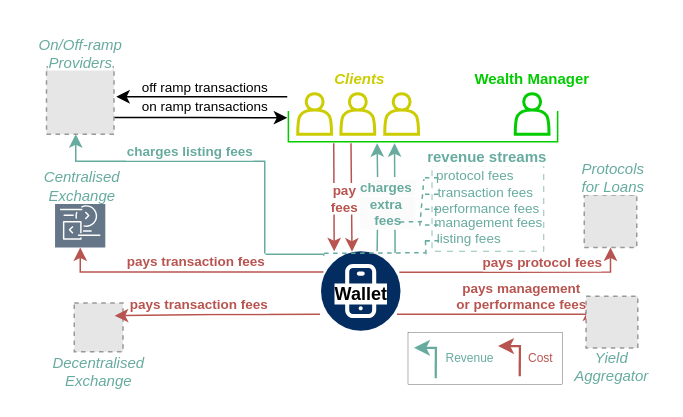
Before: page "revenue" (3 of 13) of drawio-diagrams/wallet_architecture.drawio in dlt-science/crypto-mpc-wallet-bloom, a draw.io diagram. Source tidied: cells renumbered, new cells numbered last; positions are measured from the earlier drawing's top-left corner, leaving out a move shared by most shapes. Both pictures are drawn from the tidied source at 150%, with x=0, y=0 at pixel (26, -9). Pictures stored in the file or linked from it are replaced by grey dashed boxes.
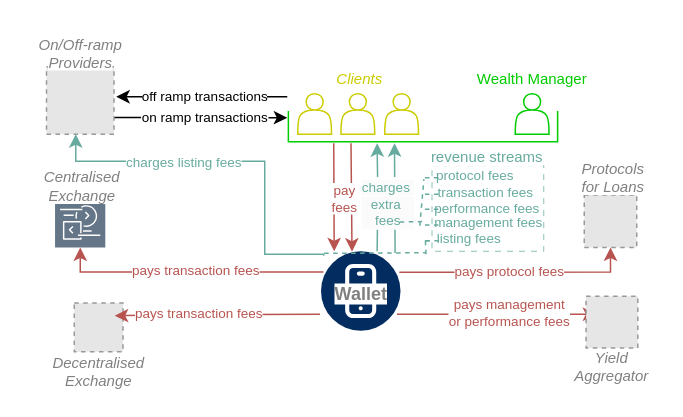
The same diagram, later.

The change refers to these unchanged cells:
```xml
<mxCell id="3" style="edgeStyle=orthogonalEdgeStyle;rounded=0;jettySize=auto;html=1;exitX=1;exitY=0.75;exitDx=0;exitDy=0;" parent="1" edge="1" source="7">
  <mxGeometry relative="1" as="geometry">
    <mxPoint x="174" y="84" as="targetPoint" />
  </mxGeometry>
</mxCell>
<mxCell id="5" style="edgeStyle=orthogonalEdgeStyle;rounded=0;jettySize=auto;html=1;strokeColor=#67AB9F;startArrow=classic;startFill=1;endArrow=none;endFill=0;entryX=0.034;entryY=0.058;entryDx=0;entryDy=0;entryPerimeter=0;" parent="1" edge="1" source="7" target="28">
  <mxGeometry relative="1" as="geometry">
    <Array as="points">
      <mxPoint x="33" y="113" />
      <mxPoint x="159" y="113" />
      <mxPoint x="159" y="175" />
      <mxPoint x="198" y="175" />
    </Array>
  </mxGeometry>
</mxCell>
<mxCell id="9" style="edgeStyle=orthogonalEdgeStyle;rounded=0;orthogonalLoop=1;jettySize=auto;html=1;startArrow=none;startFill=0;endArrow=classic;endFill=1;strokeColor=#B85450;entryX=0.109;entryY=0;entryDx=0;entryDy=0;entryPerimeter=0;" parent="1" edge="1">
  <mxGeometry relative="1" as="geometry">
    <mxPoint x="205" y="101" as="sourcePoint" />
    <mxPoint x="205.3" y="173" as="targetPoint" />
    <Array as="points">
      <mxPoint x="205" y="101" />
    </Array>
  </mxGeometry>
</mxCell>
<mxCell id="11" style="edgeStyle=orthogonalEdgeStyle;rounded=0;jettySize=auto;html=1;startArrow=classic;startFill=1;endArrow=none;endFill=0;strokeColor=#B85450;entryX=0.956;entryY=1.022;entryDx=0;entryDy=0;entryPerimeter=0;" parent="1" edge="1" target="34">
  <mxGeometry relative="1" as="geometry">
    <mxPoint x="380" y="215" as="sourcePoint" />
    <Array as="points">
      <mxPoint x="380" y="215" />
    </Array>
  </mxGeometry>
</mxCell>
<mxCell id="16" style="edgeStyle=orthogonalEdgeStyle;rounded=0;orthogonalLoop=1;jettySize=auto;html=1;" parent="1" edge="1">
  <mxGeometry relative="1" as="geometry">
    <mxPoint x="174" y="70" as="sourcePoint" />
    <mxPoint x="60" y="70" as="targetPoint" />
  </mxGeometry>
</mxCell>
<mxCell id="19" style="edgeStyle=orthogonalEdgeStyle;rounded=0;jettySize=auto;html=1;fillColor=#f8cecc;strokeColor=#b85450;exitX=-0.013;exitY=0.794;exitDx=0;exitDy=0;exitPerimeter=0;" parent="1" edge="1" source="28">
  <mxGeometry relative="1" as="geometry">
    <mxPoint x="59" y="216" as="targetPoint" />
    <Array as="points">
      <mxPoint x="124" y="216" />
      <mxPoint x="124" y="216" />
    </Array>
  </mxGeometry>
</mxCell>
<mxCell id="21" style="edgeStyle=orthogonalEdgeStyle;rounded=0;jettySize=auto;html=1;startArrow=classic;startFill=1;endArrow=none;endFill=0;strokeColor=#B85450;entryX=0.03;entryY=0.262;entryDx=0;entryDy=0;entryPerimeter=0;" parent="1" edge="1" source="8" target="28">
  <mxGeometry relative="1" as="geometry">
    <Array as="points">
      <mxPoint x="35" y="187" />
      <mxPoint x="198" y="187" />
    </Array>
  </mxGeometry>
</mxCell>
<mxCell id="35" style="edgeStyle=orthogonalEdgeStyle;rounded=0;jettySize=auto;html=1;startArrow=classic;startFill=1;endArrow=none;endFill=0;strokeColor=#67AB9F;entryX=0.706;entryY=0;entryDx=0;entryDy=0;entryPerimeter=0;" parent="1" edge="1" target="28">
  <mxGeometry relative="1" as="geometry">
    <mxPoint x="233.9" y="101" as="sourcePoint" />
  </mxGeometry>
</mxCell>
```

Change to the diagram source:
```diff
@@
     <mxCell id="4" value="on ramp transactions" style="edgeLabel;html=1;align=center;verticalAlign=middle;fontSize=9;" parent="3" vertex="1">
       <mxGeometry x="0.18" relative="1" as="geometry">
-        <mxPoint x="-8" y="-8" as="offset" />
+        <mxPoint x="-8" y="-1" as="offset" />
       </mxGeometry>
     </mxCell>
@@
-    <mxCell id="6" value="&lt;font color=&quot;#67ab9f&quot;&gt;&lt;font style=&quot;font-size: 9px;&quot;&gt;&lt;b style=&quot;font-size: 9px;&quot;&gt;charges&amp;nbsp;&lt;/b&gt;&lt;/font&gt;&lt;b style=&quot;&quot;&gt;listing fees&lt;/b&gt;&lt;/font&gt;" style="edgeLabel;html=1;align=center;verticalAlign=middle;fontSize=9;" parent="5" vertex="1">
+    <mxCell id="6" value="&lt;font color=&quot;#67ab9f&quot;&gt;&lt;font style=&quot;font-size: 9px;&quot;&gt;&lt;span style=&quot;font-size: 9px;&quot;&gt;charges&amp;nbsp;&lt;/span&gt;&lt;/font&gt;listing fees&lt;/font&gt;" style="edgeLabel;html=1;align=center;verticalAlign=middle;fontSize=9;" parent="5" vertex="1">
       <mxGeometry x="0.15" y="1" relative="1" as="geometry">
-        <mxPoint x="-49" y="-6" as="offset" />
+        <mxPoint x="-53" y="1" as="offset" />
       </mxGeometry>
     </mxCell>
@@
-    <mxCell id="10" value="&lt;div style=&quot;font-size: 9px;&quot;&gt;&lt;font color=&quot;#b85450&quot;&gt;&lt;b&gt;pay&lt;/b&gt;&lt;/font&gt;&lt;div&gt;&lt;b style=&quot;color: rgb(184, 84, 80);&quot;&gt;fees&lt;/b&gt;&lt;/div&gt;&lt;/div&gt;" style="edgeLabel;html=1;align=center;verticalAlign=middle;" parent="9" vertex="1">
+    <mxCell id="10" value="&lt;div style=&quot;font-size: 9px;&quot;&gt;&lt;font color=&quot;#b85450&quot;&gt;pay&lt;/font&gt;&lt;div&gt;&lt;span style=&quot;color: rgb(184, 84, 80);&quot;&gt;fees&lt;/span&gt;&lt;/div&gt;&lt;/div&gt;" style="edgeLabel;html=1;align=center;verticalAlign=middle;" parent="9" vertex="1">
       <mxGeometry y="-1" relative="1" as="geometry">
         <mxPoint x="7" as="offset" />
       </mxGeometry>
     </mxCell>
@@
-    <mxCell id="12" value="&lt;font color=&quot;#b85450&quot; style=&quot;font-size: 9px;&quot;&gt;&lt;b style=&quot;font-size: 9px;&quot;&gt;pays&lt;/b&gt;&lt;/font&gt;&lt;b style=&quot;color: rgb(184, 84, 80); font-size: 9px;&quot;&gt;&amp;nbsp;&lt;/b&gt;&lt;b style=&quot;color: rgb(184, 84, 80);&quot;&gt;management&lt;/b&gt;&lt;div&gt;&lt;b style=&quot;color: rgb(184, 84, 80);&quot;&gt;or performance&lt;/b&gt;&lt;b style=&quot;color: rgb(184, 84, 80);&quot;&gt;&amp;nbsp;fees&lt;/b&gt;&lt;/div&gt;" style="edgeLabel;html=1;align=center;verticalAlign=middle;fontSize=9;" parent="11" vertex="1">
+    <mxCell id="12" value="&lt;font color=&quot;#b85450&quot; style=&quot;font-size: 9px;&quot;&gt;&lt;span style=&quot;font-size: 9px;&quot;&gt;pays&lt;/span&gt;&lt;/font&gt;&lt;span style=&quot;color: rgb(184, 84, 80); font-size: 9px;&quot;&gt;&amp;nbsp;&lt;/span&gt;&lt;span style=&quot;color: rgb(184, 84, 80);&quot;&gt;management&lt;/span&gt;&lt;div&gt;&lt;span style=&quot;color: rgb(184, 84, 80);&quot;&gt;or performance&lt;/span&gt;&lt;span style=&quot;color: rgb(184, 84, 80);&quot;&gt;&amp;nbsp;fees&lt;/span&gt;&lt;/div&gt;" style="edgeLabel;html=1;align=center;verticalAlign=middle;fontSize=9;" parent="11" vertex="1">
       <mxGeometry x="0.25" y="1" relative="1" as="geometry">
-        <mxPoint x="32" y="-14" as="offset" />
+        <mxPoint x="24" y="-3" as="offset" />
       </mxGeometry>
     </mxCell>
-    <mxCell id="13" value="&lt;font color=&quot;#67ab9f&quot;&gt;&lt;i&gt;Yield&lt;/i&gt;&lt;/font&gt;&lt;div style=&quot;font-size: 10px;&quot;&gt;&lt;font color=&quot;#67ab9f&quot;&gt;&lt;i&gt;Aggregator&lt;/i&gt;&lt;/font&gt;&lt;/div&gt;" style="fillColor=#E6E6E6;strokeColor=#999999;dashed=1;html=1;verticalAlign=top;verticalLabelPosition=bottom;labelBackgroundColor=#ffffff;spacingTop=-6;fontSize=10;" parent="1" vertex="1">
+    <mxCell id="13" value="&lt;i style=&quot;&quot;&gt;&lt;font color=&quot;#808080&quot;&gt;Yield&lt;/font&gt;&lt;/i&gt;&lt;div style=&quot;font-size: 10px;&quot;&gt;&lt;i style=&quot;&quot;&gt;&lt;font color=&quot;#808080&quot;&gt;Aggregator&lt;/font&gt;&lt;/i&gt;&lt;/div&gt;" style="fillColor=#E6E6E6;strokeColor=#999999;dashed=1;html=1;verticalAlign=top;verticalLabelPosition=bottom;labelBackgroundColor=#ffffff;spacingTop=-6;fontSize=10;" parent="1" vertex="1">
       <mxGeometry x="373.2" y="203" width="34.5" height="34.5" as="geometry" />
     </mxCell>
@@
     <mxCell id="17" value="off ramp transactions" style="edgeLabel;html=1;align=center;verticalAlign=middle;fontSize=9;" parent="16" vertex="1">
       <mxGeometry x="0.08" relative="1" as="geometry">
-        <mxPoint x="6" y="-7" as="offset" />
+        <mxPoint x="6" y="-1" as="offset" />
       </mxGeometry>
     </mxCell>
-    <mxCell id="18" value="&lt;font color=&quot;#67ab9f&quot;&gt;&lt;i&gt;Decentralised&lt;/i&gt;&lt;/font&gt;&lt;div style=&quot;font-size: 10px;&quot;&gt;&lt;font color=&quot;#67ab9f&quot;&gt;&lt;i&gt;Exchange&lt;/i&gt;&lt;/font&gt;&lt;/div&gt;" style="fillColor=#E6E6E6;strokeColor=#999999;dashed=1;html=1;verticalAlign=top;verticalLabelPosition=bottom;labelBackgroundColor=#ffffff;spacingTop=-5;fontSize=10;" parent="1" vertex="1">
+    <mxCell id="18" value="&lt;i style=&quot;&quot;&gt;&lt;font color=&quot;#808080&quot;&gt;Decentralised&lt;/font&gt;&lt;/i&gt;&lt;div style=&quot;font-size: 10px;&quot;&gt;&lt;i style=&quot;&quot;&gt;&lt;font color=&quot;#808080&quot;&gt;Exchange&lt;/font&gt;&lt;/i&gt;&lt;/div&gt;" style="fillColor=#E6E6E6;strokeColor=#999999;dashed=1;html=1;verticalAlign=top;verticalLabelPosition=bottom;labelBackgroundColor=#ffffff;spacingTop=-5;fontSize=10;" parent="1" vertex="1">
       <mxGeometry x="32" y="207.5" width="32.5" height="32.5" as="geometry" />
     </mxCell>
@@
-    <mxCell id="20" value="&lt;font color=&quot;#b85450&quot; style=&quot;font-size: 9px;&quot;&gt;&lt;b style=&quot;font-size: 9px;&quot;&gt;pays&amp;nbsp;&lt;/b&gt;&lt;/font&gt;&lt;b style=&quot;color: rgb(184, 84, 80);&quot;&gt;transaction fees&lt;/b&gt;" style="edgeLabel;html=1;align=center;verticalAlign=middle;fontSize=9;" parent="19" vertex="1">
+    <mxCell id="20" value="&lt;font color=&quot;#b85450&quot; style=&quot;font-size: 9px;&quot;&gt;&lt;span style=&quot;font-size: 9px;&quot;&gt;pays&amp;nbsp;&lt;/span&gt;&lt;/font&gt;&lt;span style=&quot;color: rgb(184, 84, 80);&quot;&gt;transaction fees&lt;/span&gt;" style="edgeLabel;html=1;align=center;verticalAlign=middle;fontSize=9;" parent="19" vertex="1">
       <mxGeometry x="-0.31" relative="1" as="geometry">
-        <mxPoint x="-34" y="-7" as="offset" />
+        <mxPoint x="-34" y="-1" as="offset" />
       </mxGeometry>
     </mxCell>
@@
-    <mxCell id="22" value="&lt;font color=&quot;#b85450&quot;&gt;&lt;b&gt;pays&amp;nbsp;&lt;/b&gt;&lt;/font&gt;&lt;b style=&quot;color: rgb(184, 84, 80);&quot;&gt;transaction fees&lt;/b&gt;" style="edgeLabel;html=1;align=center;verticalAlign=middle;fontSize=9;" parent="21" vertex="1">
+    <mxCell id="22" value="&lt;font color=&quot;#b85450&quot;&gt;pays&amp;nbsp;&lt;/font&gt;&lt;span style=&quot;color: rgb(184, 84, 80);&quot;&gt;transaction fees&lt;/span&gt;" style="edgeLabel;html=1;align=center;verticalAlign=middle;fontSize=9;" parent="21" vertex="1">
       <mxGeometry x="0.29" y="1" relative="1" as="geometry">
-        <mxPoint x="-22" y="-6" as="offset" />
+        <mxPoint x="-22" as="offset" />
       </mxGeometry>
     </mxCell>
@@
-    <mxCell id="24" value="&lt;span style=&quot;background-color: rgb(255, 255, 255); font-size: 10px;&quot;&gt;&lt;font color=&quot;#67ab9f&quot;&gt;&lt;i&gt;On/Off-ramp&lt;/i&gt;&lt;/font&gt;&lt;/span&gt;&lt;div style=&quot;font-size: 10px;&quot;&gt;&lt;span style=&quot;background-color: rgb(255, 255, 255); font-size: 10px;&quot;&gt;&lt;font color=&quot;#67ab9f&quot;&gt;&lt;i&gt;Providers&lt;/i&gt;&lt;/font&gt;&lt;/span&gt;&lt;/div&gt;" style="text;html=1;align=center;verticalAlign=middle;strokeColor=none;fillColor=none;fontSize=10;" parent="1" vertex="1">
+    <mxCell id="24" value="&lt;span style=&quot;background-color: rgb(255, 255, 255); font-size: 10px;&quot;&gt;&lt;font&gt;&lt;i&gt;On/Off-ramp&lt;/i&gt;&lt;/font&gt;&lt;/span&gt;&lt;div style=&quot;font-size: 10px;&quot;&gt;&lt;span style=&quot;background-color: rgb(255, 255, 255); font-size: 10px;&quot;&gt;&lt;font&gt;&lt;i&gt;Providers&lt;/i&gt;&lt;/font&gt;&lt;/span&gt;&lt;/div&gt;" style="text;html=1;align=center;verticalAlign=middle;strokeColor=none;fillColor=none;fontSize=10;fontColor=#808080;" parent="1" vertex="1">
       <mxGeometry x="-0.5" y="23" width="73" height="36" as="geometry" />
     </mxCell>
-    <mxCell id="25" value="&lt;span style=&quot;background-color: rgb(255, 255, 255); font-size: 10px;&quot;&gt;&lt;font color=&quot;#67ab9f&quot; style=&quot;font-size: 10px;&quot;&gt;&lt;i&gt;Centralised&lt;/i&gt;&lt;/font&gt;&lt;/span&gt;&lt;div style=&quot;font-size: 10px;&quot;&gt;&lt;span style=&quot;background-color: rgb(255, 255, 255);&quot;&gt;&lt;font color=&quot;#67ab9f&quot; style=&quot;font-size: 10px;&quot;&gt;&lt;i&gt;Exchange&lt;/i&gt;&lt;/font&gt;&lt;/span&gt;&lt;/div&gt;" style="text;html=1;align=center;verticalAlign=middle;strokeColor=none;fillColor=none;" parent="1" vertex="1">
+    <mxCell id="25" value="&lt;span style=&quot;background-color: rgb(255, 255, 255); font-size: 10px;&quot;&gt;&lt;font color=&quot;#808080&quot; style=&quot;font-size: 10px;&quot;&gt;&lt;i style=&quot;&quot;&gt;Centralised&lt;/i&gt;&lt;/font&gt;&lt;/span&gt;&lt;div style=&quot;font-size: 10px;&quot;&gt;&lt;span style=&quot;background-color: rgb(255, 255, 255);&quot;&gt;&lt;font color=&quot;#808080&quot; style=&quot;font-size: 10px;&quot;&gt;&lt;i style=&quot;&quot;&gt;Exchange&lt;/i&gt;&lt;/font&gt;&lt;/span&gt;&lt;/div&gt;" style="text;html=1;align=center;verticalAlign=middle;strokeColor=none;fillColor=none;" parent="1" vertex="1">
       <mxGeometry x="2" y="110" width="69" height="38" as="geometry" />
     </mxCell>
-    <mxCell id="26" value="&lt;font color=&quot;#b85450&quot; style=&quot;font-size: 9px;&quot;&gt;&lt;b style=&quot;font-size: 9px;&quot;&gt;pays&amp;nbsp;&lt;/b&gt;&lt;/font&gt;&lt;b style=&quot;color: rgb(184, 84, 80);&quot;&gt;protocol&amp;nbsp;&lt;/b&gt;&lt;b style=&quot;color: rgb(184, 84, 80);&quot;&gt;fees&lt;/b&gt;" style="edgeLabel;html=1;align=center;verticalAlign=middle;fontSize=9;" parent="1" vertex="1">
-      <mxGeometry x="343.1" y="180" as="geometry" />
+    <mxCell id="26" value="&lt;font color=&quot;#b85450&quot; style=&quot;font-size: 9px;&quot;&gt;&lt;span style=&quot;font-size: 9px;&quot;&gt;pays&amp;nbsp;&lt;/span&gt;&lt;/font&gt;&lt;span style=&quot;color: rgb(184, 84, 80);&quot;&gt;protocol&amp;nbsp;&lt;/span&gt;&lt;span style=&quot;color: rgb(184, 84, 80);&quot;&gt;fees&lt;/span&gt;" style="edgeLabel;html=1;align=center;verticalAlign=middle;fontSize=9;" parent="1" vertex="1">
+      <mxGeometry x="321.1" y="186" as="geometry" />
     </mxCell>
-    <mxCell id="27" value="&lt;span style=&quot;background-color: rgb(255, 255, 255); font-size: 10px;&quot;&gt;&lt;font color=&quot;#67ab9f&quot;&gt;&lt;i&gt;Protocols&lt;/i&gt;&lt;/font&gt;&lt;/span&gt;&lt;div style=&quot;font-size: 10px;&quot;&gt;&lt;span style=&quot;background-color: rgb(255, 255, 255); font-size: 10px;&quot;&gt;&lt;font color=&quot;#67ab9f&quot;&gt;&lt;i&gt;for Loans&lt;/i&gt;&lt;/font&gt;&lt;/span&gt;&lt;/div&gt;" style="text;html=1;align=center;verticalAlign=middle;strokeColor=none;fillColor=none;fontSize=10;" parent="1" vertex="1">
+    <mxCell id="27" value="&lt;span style=&quot;background-color: rgb(255, 255, 255); font-size: 10px;&quot;&gt;&lt;font&gt;&lt;i&gt;Protocols&lt;/i&gt;&lt;/font&gt;&lt;/span&gt;&lt;div style=&quot;font-size: 10px;&quot;&gt;&lt;span style=&quot;background-color: rgb(255, 255, 255); font-size: 10px;&quot;&gt;&lt;font&gt;&lt;i&gt;for Loans&lt;/i&gt;&lt;/font&gt;&lt;/span&gt;&lt;/div&gt;" style="text;html=1;align=center;verticalAlign=middle;strokeColor=none;fillColor=none;fontSize=10;fontColor=#808080;" parent="1" vertex="1">
       <mxGeometry x="360.5" y="106.2" width="60" height="36" as="geometry" />
     </mxCell>
@@
-    <mxCell id="29" style="shape=actor;whiteSpace=wrap;html=1;strokeWidth=2;strokeColor=#00CC00;" parent="1" vertex="1">
+    <mxCell id="29" style="shape=actor;whiteSpace=wrap;html=1;strokeWidth=1;strokeColor=#00CC00;" parent="1" vertex="1">
       <mxGeometry x="326" y="68" width="22.5" height="27" as="geometry" />
     </mxCell>
-    <mxCell id="30" style="shape=actor;whiteSpace=wrap;html=1;strokeWidth=2;strokeColor=#CCCC00;" parent="1" vertex="1">
+    <mxCell id="30" style="shape=actor;whiteSpace=wrap;html=1;strokeWidth=1;strokeColor=#CCCC00;" parent="1" vertex="1">
       <mxGeometry x="181" y="68" width="22.5" height="27" as="geometry" />
     </mxCell>
-    <mxCell id="31" style="shape=actor;whiteSpace=wrap;html=1;strokeWidth=2;strokeColor=#CCCC00;" parent="1" vertex="1">
+    <mxCell id="31" style="shape=actor;whiteSpace=wrap;html=1;strokeWidth=1;strokeColor=#CCCC00;" parent="1" vertex="1">
       <mxGeometry x="209.8" y="68" width="22.5" height="27" as="geometry" />
     </mxCell>
-    <mxCell id="32" style="shape=actor;whiteSpace=wrap;html=1;strokeWidth=2;strokeColor=#CCCC00;" parent="1" vertex="1">
+    <mxCell id="32" style="shape=actor;whiteSpace=wrap;html=1;strokeWidth=1;strokeColor=#CCCC00;" parent="1" vertex="1">
       <mxGeometry x="239" y="68" width="22.5" height="27" as="geometry" />
     </mxCell>
@@
-    <mxCell id="34" value="&lt;span style=&quot;background-color: rgb(255, 255, 255);&quot;&gt;&lt;b&gt;Wallet&lt;/b&gt;&lt;/span&gt;" style="text;html=1;align=center;verticalAlign=middle;points=[];strokeColor=none;fillColor=none;" parent="1" vertex="1">
+    <mxCell id="34" value="&lt;span style=&quot;background-color: rgb(255, 255, 255);&quot;&gt;&lt;b&gt;&lt;font color=&quot;#808080&quot;&gt;Wallet&lt;/font&gt;&lt;/b&gt;&lt;/span&gt;" style="text;html=1;align=center;verticalAlign=middle;points=[];strokeColor=none;fillColor=none;" parent="1" vertex="1">
       <mxGeometry x="196.5" y="188.5" width="53" height="26" as="geometry" />
     </mxCell>
@@
-    <mxCell id="36" value="&lt;font style=&quot;font-size: 9px; background-color: rgb(251, 251, 251);&quot; color=&quot;#67ab9f&quot;&gt;&lt;b&gt;charges&amp;nbsp;&lt;/b&gt;&lt;/font&gt;&lt;div style=&quot;font-size: 9px; background-color: rgb(251, 251, 251);&quot;&gt;&lt;font color=&quot;#67ab9f&quot;&gt;&lt;b&gt;extra&lt;/b&gt;&lt;/font&gt;&lt;b style=&quot;background-color: initial;&quot;&gt;&lt;font color=&quot;#67ab9f&quot;&gt;&amp;nbsp;&lt;/font&gt;&lt;/b&gt;&lt;/div&gt;&lt;div style=&quot;font-size: 9px; background-color: rgb(251, 251, 251);&quot;&gt;&lt;b style=&quot;background-color: initial;&quot;&gt;&lt;font color=&quot;#67ab9f&quot;&gt;fees&lt;/font&gt;&lt;/b&gt;&lt;/div&gt;" style="edgeLabel;html=1;align=center;verticalAlign=middle;" parent="35" vertex="1">
+    <mxCell id="36" value="&lt;font style=&quot;font-size: 9px; background-color: rgb(251, 251, 251);&quot; color=&quot;#67ab9f&quot;&gt;charges&amp;nbsp;&lt;/font&gt;&lt;div style=&quot;font-size: 9px; background-color: rgb(251, 251, 251);&quot;&gt;&lt;font color=&quot;#67ab9f&quot;&gt;extra&lt;/font&gt;&lt;span style=&quot;background-color: initial;&quot;&gt;&lt;font color=&quot;#67ab9f&quot;&gt;&amp;nbsp;&lt;/font&gt;&lt;/span&gt;&lt;/div&gt;&lt;div style=&quot;font-size: 9px; background-color: rgb(251, 251, 251);&quot;&gt;&lt;span style=&quot;background-color: initial;&quot;&gt;&lt;font style=&quot;&quot; color=&quot;#67ab9f&quot;&gt;fees&lt;/font&gt;&lt;/span&gt;&lt;/div&gt;" style="edgeLabel;html=1;align=center;verticalAlign=middle;" parent="35" vertex="1">
       <mxGeometry x="-0.55" y="1" relative="1" as="geometry">
         <mxPoint x="5" y="24" as="offset" />
       </mxGeometry>
     </mxCell>
@@
-    <mxCell id="52" value="&lt;b style=&quot;color: rgb(103, 171, 159); text-wrap-mode: nowrap; background-color: rgb(255, 255, 255);&quot;&gt;&lt;font style=&quot;font-size: 10px;&quot;&gt;revenue streams&lt;/font&gt;&lt;/b&gt;" style="rounded=0;whiteSpace=wrap;html=1;strokeColor=none;" parent="1" vertex="1">
+    <mxCell id="52" value="&lt;span style=&quot;color: rgb(103, 171, 159); text-wrap-mode: nowrap; background-color: rgb(255, 255, 255);&quot;&gt;&lt;font style=&quot;font-size: 10px;&quot;&gt;revenue streams&lt;/font&gt;&lt;/span&gt;" style="rounded=0;whiteSpace=wrap;html=1;strokeColor=none;" parent="1" vertex="1">
       <mxGeometry x="259.2" y="106.6" width="97" height="7.4" as="geometry" />
     </mxCell>
@@
-    <mxCell id="54" style="rounded=0;whiteSpace=wrap;html=1;strokeWidth=0.2;" parent="1" vertex="1">
-      <mxGeometry x="254.5" y="227" width="103" height="35" as="geometry" />
-    </mxCell>
-    <mxCell id="55" style="edgeStyle=orthogonalEdgeStyle;rounded=0;orthogonalLoop=1;jettySize=auto;html=1;entryX=0.699;entryY=-0.003;entryDx=0;entryDy=0;entryPerimeter=0;strokeColor=#67AB9F;strokeWidth=1.5;" parent="1" edge="1">
-      <mxGeometry relative="1" as="geometry">
-        <mxPoint x="273" y="247.6" as="sourcePoint" />
-        <mxPoint x="258.5" y="237.4" as="targetPoint" />
-        <Array as="points">
-          <mxPoint x="273.1" y="257.6" />
-          <mxPoint x="273.1" y="237.6" />
-        </Array>
-      </mxGeometry>
-    </mxCell>
-    <mxCell id="56" value="&lt;font color=&quot;#67ab9f&quot; style=&quot;font-weight: normal; font-size: 8px;&quot;&gt;Revenue&lt;/font&gt;" style="text;html=1;align=left;verticalAlign=middle;whiteSpace=wrap;rounded=0;strokeColor=none;fontSize=10;fontStyle=1;" parent="1" vertex="1">
-      <mxGeometry x="277.6" y="230.5" width="37.9" height="24.6" as="geometry" />
-    </mxCell>
-    <mxCell id="57" style="edgeStyle=orthogonalEdgeStyle;rounded=0;orthogonalLoop=1;jettySize=auto;html=1;entryX=0.699;entryY=-0.003;entryDx=0;entryDy=0;entryPerimeter=0;strokeColor=#B85450;strokeWidth=1.5;" parent="1" edge="1">
-      <mxGeometry relative="1" as="geometry">
-        <mxPoint x="329" y="246.4" as="sourcePoint" />
-        <mxPoint x="314.5" y="236.2" as="targetPoint" />
-        <Array as="points">
-          <mxPoint x="329.1" y="256.4" />
-          <mxPoint x="329.1" y="236.4" />
-        </Array>
-      </mxGeometry>
-    </mxCell>
-    <mxCell id="58" value="&lt;font color=&quot;#b85450&quot; style=&quot;font-size: 8px;&quot;&gt;Cost&lt;/font&gt;" style="text;html=1;align=left;verticalAlign=middle;whiteSpace=wrap;rounded=0;strokeColor=none;fontSize=10;fontColor=#FFB570;" parent="1" vertex="1">
-      <mxGeometry x="332.8" y="230.5" width="21.8" height="24.6" as="geometry" />
-    </mxCell>
-    <mxCell id="59" value="&lt;span style=&quot;background-color: rgb(255, 255, 255);&quot;&gt;&lt;i style=&quot;&quot;&gt;&lt;b style=&quot;&quot;&gt;&lt;font color=&quot;#cccc00&quot;&gt;Clients&lt;/font&gt;&lt;/b&gt;&lt;/i&gt;&lt;/span&gt;" style="text;html=1;align=center;verticalAlign=middle;strokeColor=none;fillColor=none;fontSize=10;" parent="1" vertex="1">
-      <mxGeometry x="196.5" y="46.4" width="51" height="24" as="geometry" />
+    <mxCell id="59" value="&lt;span style=&quot;background-color: rgb(255, 255, 255);&quot;&gt;&lt;i style=&quot;&quot;&gt;&lt;font style=&quot;&quot; color=&quot;#cccc00&quot;&gt;Clients&lt;/font&gt;&lt;/i&gt;&lt;/span&gt;" style="text;html=1;align=center;verticalAlign=middle;strokeColor=none;fillColor=none;fontSize=10;" parent="1" vertex="1">
+      <mxGeometry x="197.5" y="46.4" width="49" height="24" as="geometry" />
     </mxCell>
-    <mxCell id="60" value="&lt;span style=&quot;background-color: rgb(255, 255, 255);&quot;&gt;&lt;b style=&quot;&quot;&gt;&lt;font style=&quot;&quot; color=&quot;#00cc00&quot;&gt;Wealth Manager&lt;/font&gt;&lt;/b&gt;&lt;/span&gt;" style="text;html=1;align=center;verticalAlign=middle;strokeColor=none;fillColor=none;fontSize=10;" parent="1" vertex="1">
-      <mxGeometry x="289.8" y="46.4" width="95" height="24" as="geometry" />
+    <mxCell id="60" value="&lt;span style=&quot;background-color: rgb(255, 255, 255);&quot;&gt;&lt;font style=&quot;&quot; color=&quot;#00cc00&quot;&gt;Wealth Manager&lt;/font&gt;&lt;/span&gt;" style="text;html=1;align=center;verticalAlign=middle;strokeColor=none;fillColor=none;fontSize=10;" parent="1" vertex="1">
+      <mxGeometry x="291.8" y="46.4" width="91" height="24" as="geometry" />
     </mxCell>
```
